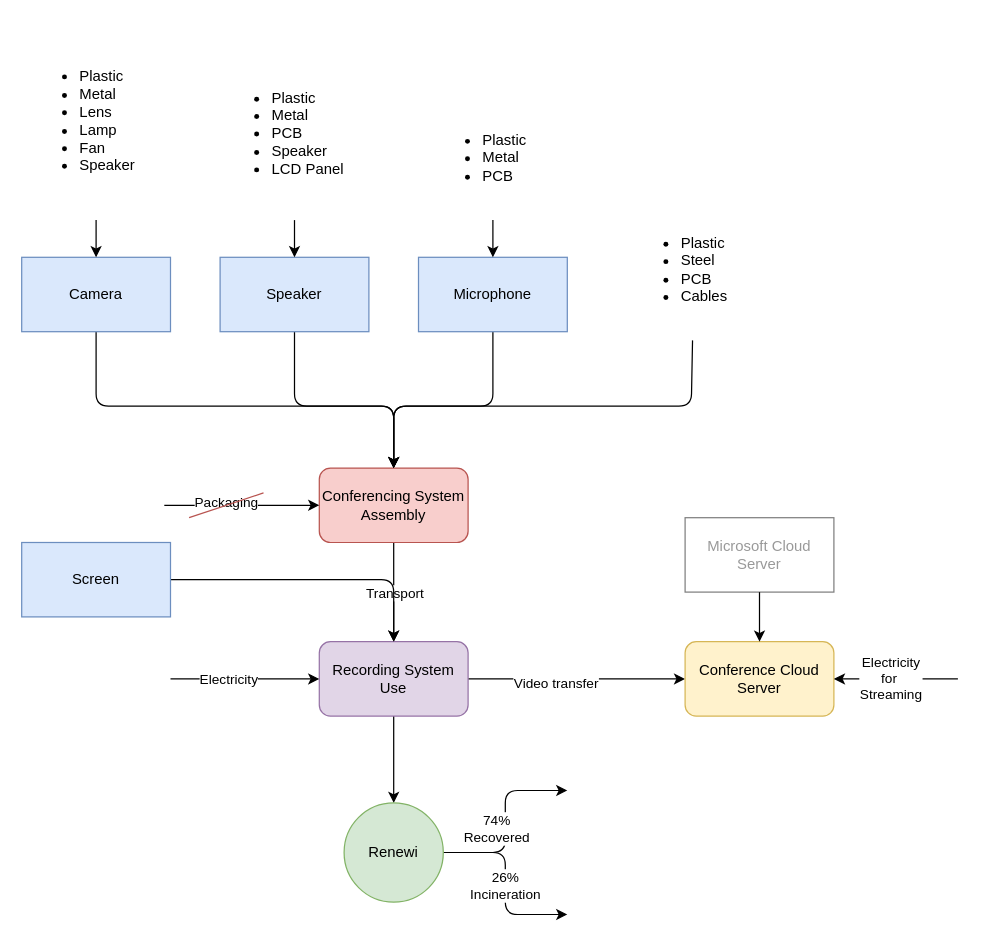
Earlier version of the draw.io diagram page "Conference" (5 of 5) of process/hardware_KUL.drawio (Tfloow/Ecodesign). Source tidied: cells renumbered, new cells numbered last; positions are measured from the earlier drawing's top-left corner, leaving out a move shared by most shapes. Both pictures are drawn from the tidied source at 124%, with x=0, y=0 at pixel (21, 21).
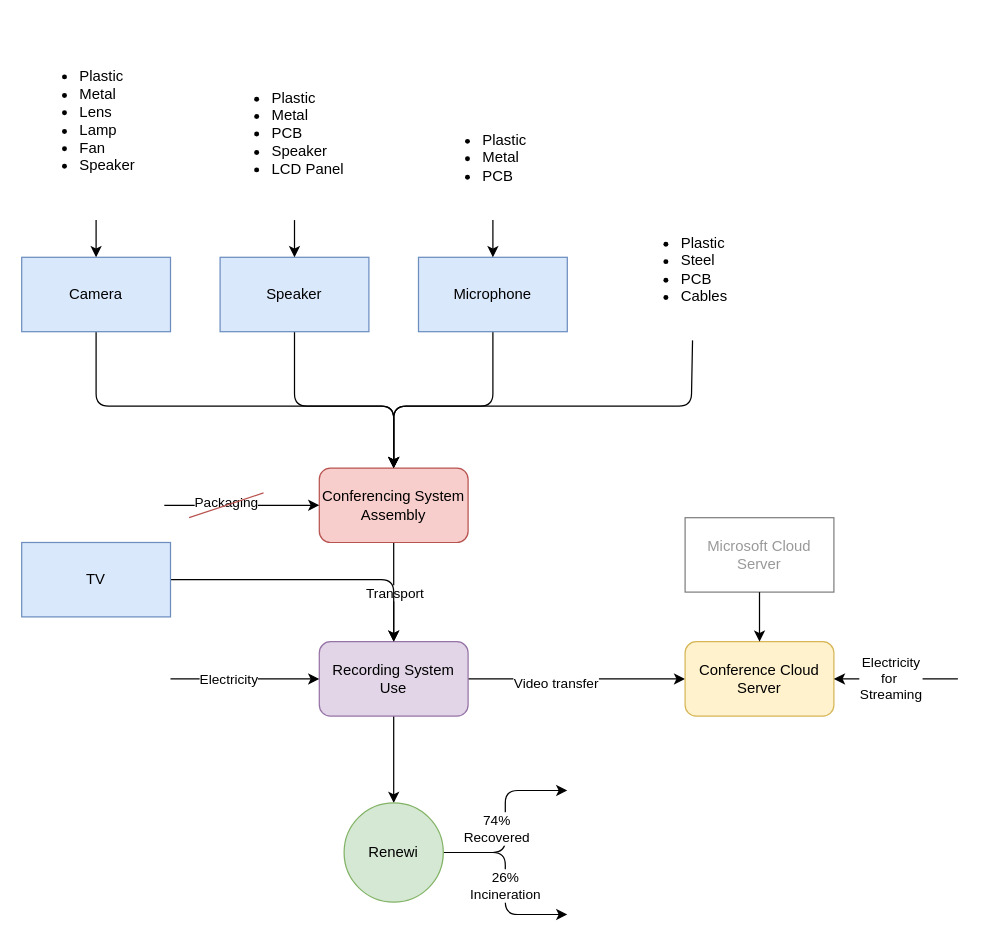
The same page after the edit.

Diff of the diagram source:
```diff
@@
-    <mxCell id="39" value="Screen" style="rounded=0;whiteSpace=wrap;html=1;fillColor=#dae8fc;strokeColor=#6c8ebf;" parent="1" vertex="1">
+    <mxCell id="39" value="TV" style="rounded=0;whiteSpace=wrap;html=1;fillColor=#dae8fc;strokeColor=#6c8ebf;" parent="1" vertex="1">
       <mxGeometry y="420" width="120" height="60" as="geometry" />
     </mxCell>
```
